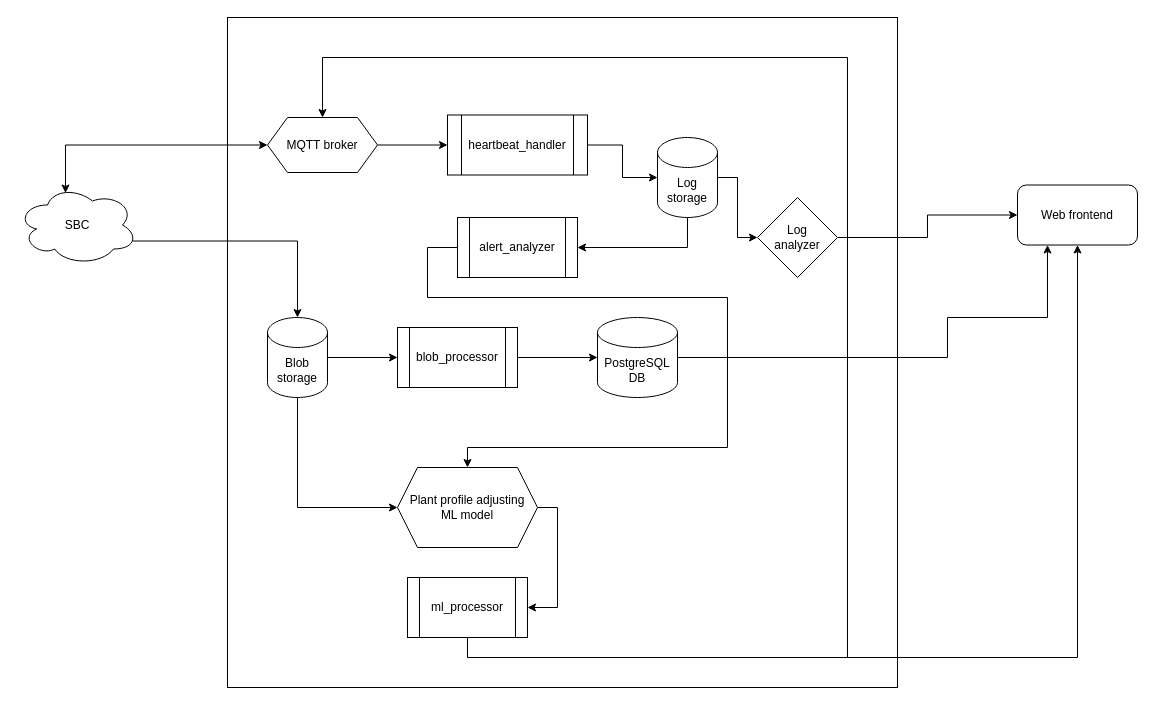
Above: page "CloudArch" (2 of 4) of docs/models/Project.drawio in KhazAkar/ags (draw.io), before the change. Source tidied: cells renumbered, new cells numbered last; positions are measured from the earlier drawing's top-left corner, leaving out a move shared by most shapes. Both pictures are drawn from the tidied source at 100%, with x=0, y=0 at pixel (17, 17).
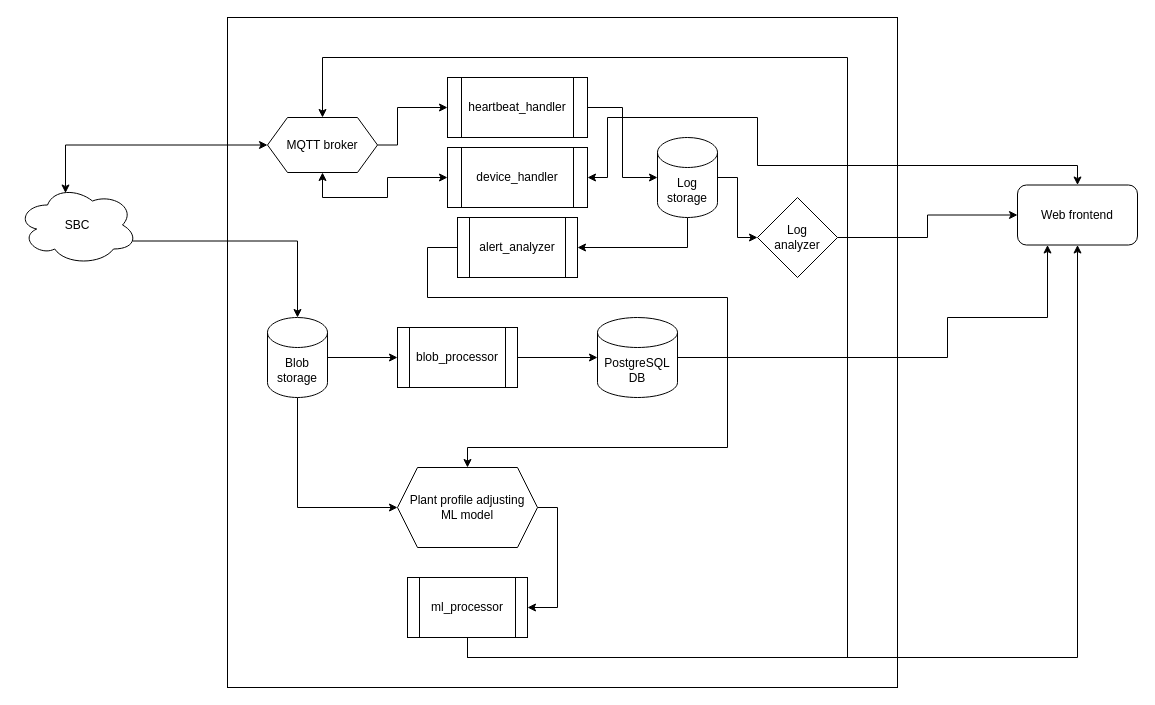
Above is the later version.

Commit message:
wip: add new function app which will handle device list and handle things like name

The change refers to these unchanged cells:
```xml
<mxCell id="10" value="MQTT broker" style="shape=hexagon;perimeter=hexagonPerimeter2;whiteSpace=wrap;html=1;fixedSize=1;" parent="1" vertex="1">
  <mxGeometry x="250" y="100" width="110" height="55" as="geometry" />
</mxCell>
<mxCell id="16" value="Web frontend" style="rounded=1;whiteSpace=wrap;html=1;" parent="1" vertex="1">
  <mxGeometry x="1000" y="167.5" width="120" height="60" as="geometry" />
</mxCell>
```

Change to the diagram source:
```diff
@@
     <mxCell id="9" style="edgeStyle=orthogonalEdgeStyle;rounded=0;jettySize=auto;html=1;exitX=1;exitY=0.5;exitDx=0;exitDy=0;entryX=0;entryY=0.5;entryDx=0;entryDy=0;" parent="1" edge="1" source="10" target="15">
-      <mxGeometry relative="1" as="geometry" />
+      <mxGeometry relative="1" as="geometry">
+        <Array as="points">
+          <mxPoint x="380" y="128" />
+          <mxPoint x="380" y="90" />
+        </Array>
+      </mxGeometry>
     </mxCell>
+    <mxCell id="31" style="edgeStyle=orthogonalEdgeStyle;rounded=0;jettySize=auto;html=1;exitX=0.5;exitY=1;exitDx=0;exitDy=0;entryX=0;entryY=0.5;entryDx=0;entryDy=0;startArrow=classic;startFill=1;" parent="1" edge="1" source="10" target="33">
+      <mxGeometry relative="1" as="geometry">
+        <Array as="points">
+          <mxPoint x="305" y="180" />
+          <mxPoint x="370" y="180" />
+          <mxPoint x="370" y="160" />
+        </Array>
+      </mxGeometry>
+    </mxCell>
@@
     <mxCell id="15" value="heartbeat_handler" style="shape=process;whiteSpace=wrap;html=1;backgroundOutline=1;" parent="1" vertex="1">
-      <mxGeometry x="430" y="97.5" width="140" height="60" as="geometry" />
+      <mxGeometry x="430" y="60" width="140" height="60" as="geometry" />
     </mxCell>
@@
+    <mxCell id="32" style="edgeStyle=orthogonalEdgeStyle;rounded=0;jettySize=auto;html=1;exitX=1;exitY=0.5;exitDx=0;exitDy=0;entryX=0.5;entryY=0;entryDx=0;entryDy=0;startArrow=classic;startFill=1;" parent="1" edge="1" source="33" target="16">
+      <mxGeometry relative="1" as="geometry">
+        <Array as="points">
+          <mxPoint x="590" y="160" />
+          <mxPoint x="590" y="100" />
+          <mxPoint x="740" y="100" />
+          <mxPoint x="740" y="148" />
+          <mxPoint x="1060" y="148" />
+        </Array>
+      </mxGeometry>
+    </mxCell>
+    <mxCell id="33" value="device_handler" style="shape=process;whiteSpace=wrap;html=1;backgroundOutline=1;" parent="1" vertex="1">
+      <mxGeometry x="430" y="130" width="140" height="60" as="geometry" />
+    </mxCell>
```
